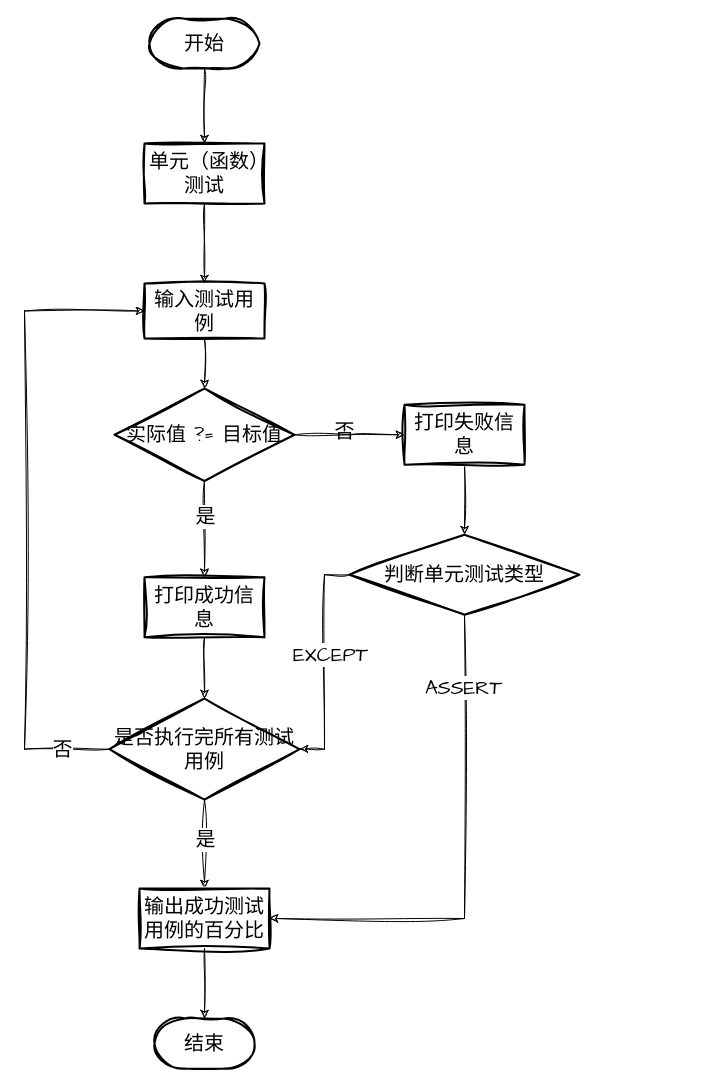
Above: page "第 1 页" (1 of 2) of C语言测试框架流程图.drawio in OoWoOI/C-Learn-Code (draw.io), before the change. Source tidied: cells renumbered, new cells numbered last; positions are measured from the earlier drawing's top-left corner, leaving out a move shared by most shapes. Both pictures are drawn from the tidied source at 100%, with x=0, y=0 at pixel (24, 18).
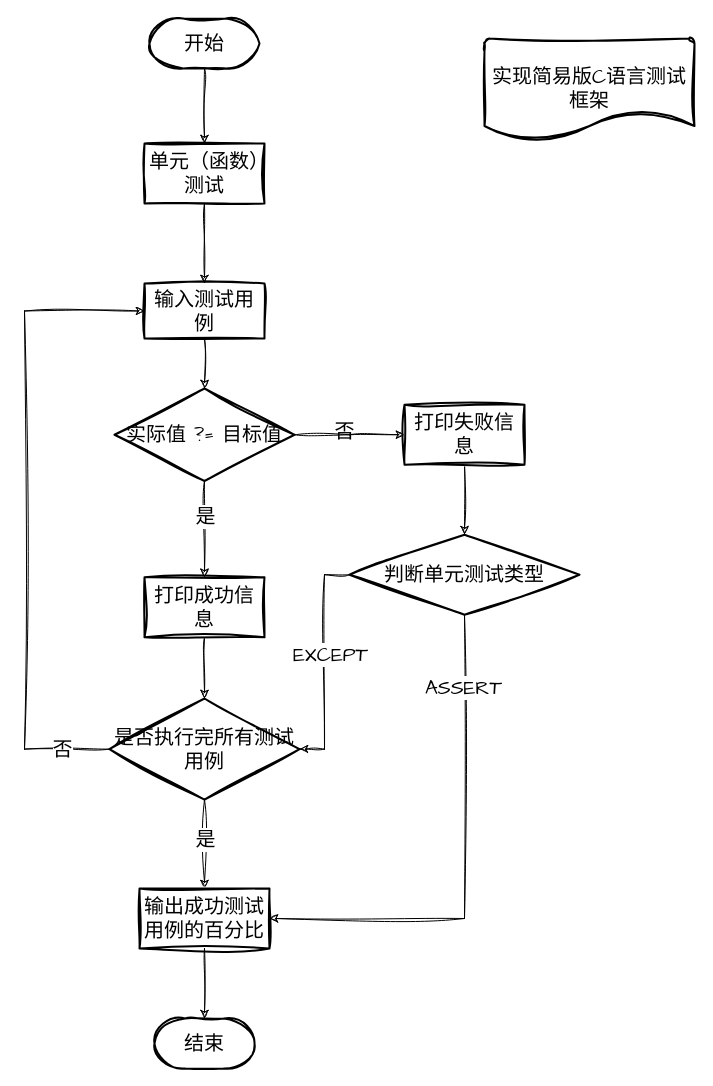
Above is the later version.

Commit message (it also covers changes not shown here):
更新C语言测试框架流程图.drawio

Change to the diagram source:
```diff
@@
+    <mxCell id="30" value="实现简易版C语言测试框架" style="strokeWidth=2;html=1;shape=mxgraph.flowchart.document2;whiteSpace=wrap;size=0.25;sketch=1;hachureGap=4;jiggle=2;curveFitting=1;fontFamily=Architects Daughter;fontSize=20;" parent="1" vertex="1">
+      <mxGeometry x="460" y="20" width="210" height="100" as="geometry" />
+    </mxCell>
```
